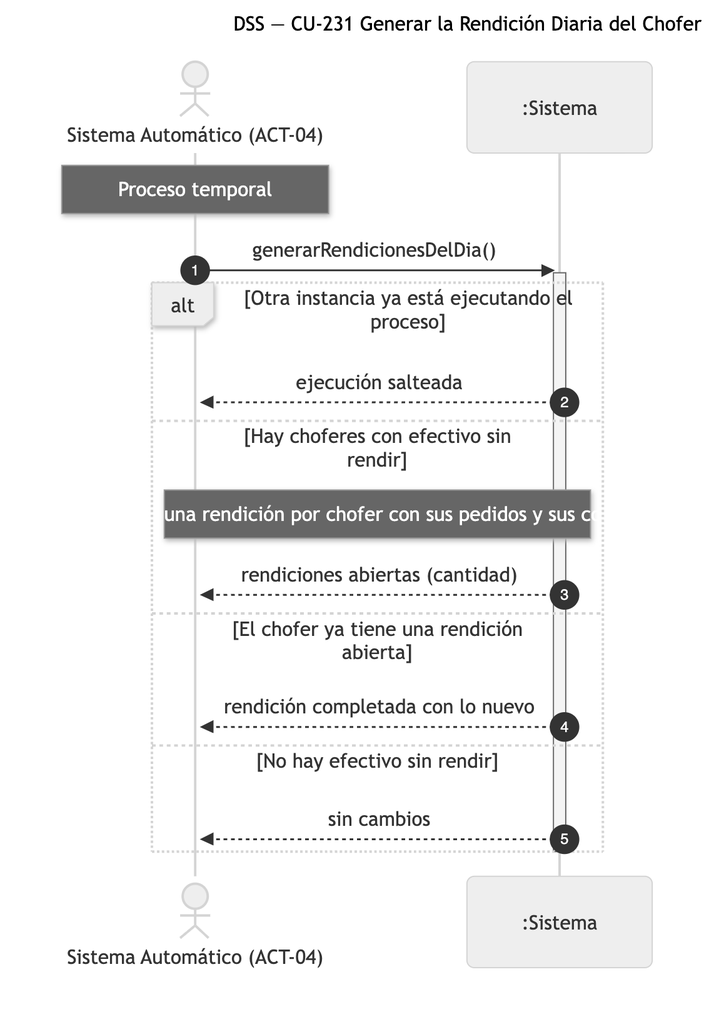
Earlier version of the Mermaid export diagramas/png/DSS_CU-231_Generar-la-Rendicion-Diaria-del-Chofer.png (Nahuelito-Dev/splg-docs). Its source is kept beside it as diagramas/DSS_CU-231_Generar-la-Rendicion-Diaria-del-Chofer.mmd.
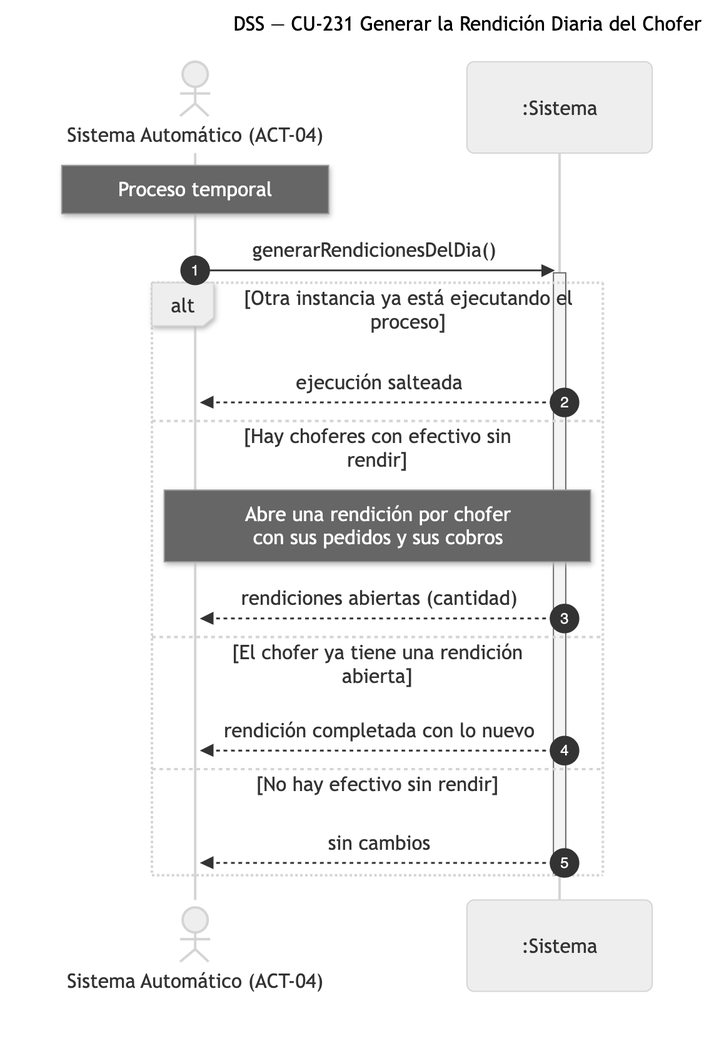
Above is the later version.

The edit, as a diff of the source:
```diff
@@ -10,7 +10,7 @@
     alt Otra instancia ya está ejecutando el proceso
         SIS-->>SAU: ejecución salteada
     else Hay choferes con efectivo sin rendir
-        Note over SAU,SIS: Abre una rendición por chofer con sus pedidos y sus cobros
+        Note over SAU,SIS: Abre una rendición por chofer<br/>con sus pedidos y sus cobros
         SIS-->>SAU: rendiciones abiertas (cantidad)
     else El chofer ya tiene una rendición abierta
         SIS-->>SAU: rendición completada con lo nuevo
```
